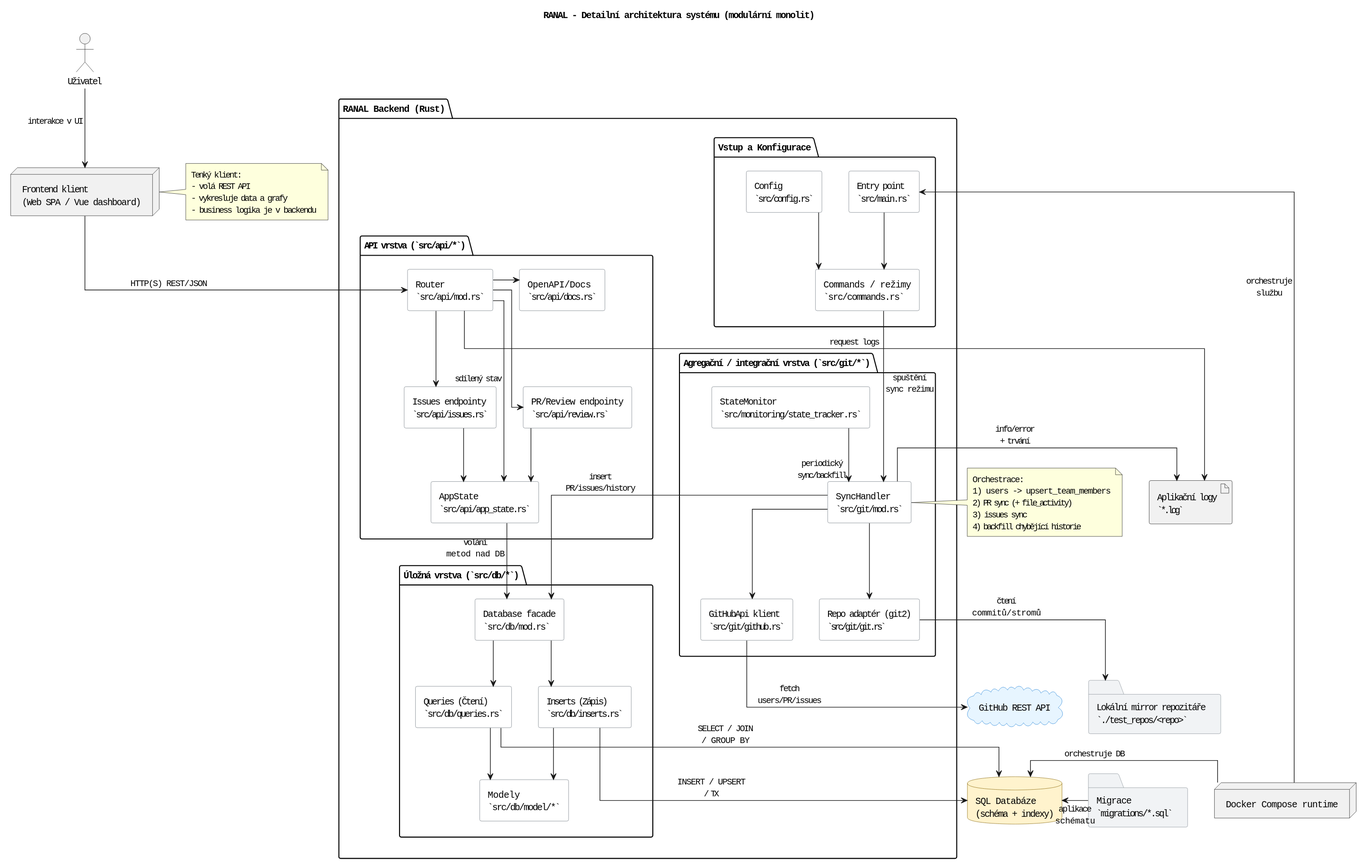
Earlier version of the PlantUML export src/figures/architecture/detailed_architecture.svg (rcMarty/crabeye-thesis).
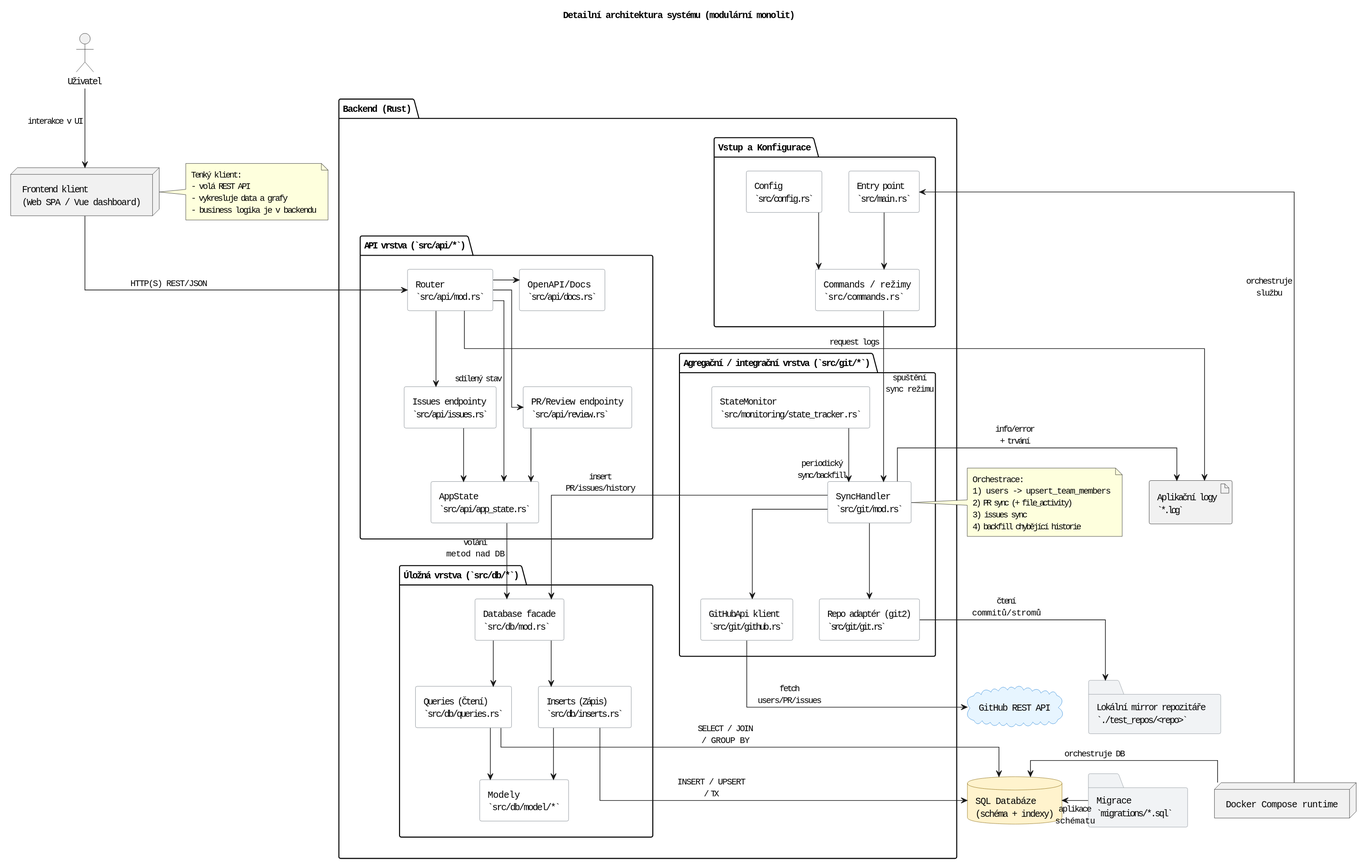
The same diagram one commit later.

Diff of the diagram source:
```diff
@@ -1,5 +1,5 @@
 @startuml
-title RANAL - Detailní architektura systému (modulární monolit)
+title Detailní architektura systému (modulární monolit)
 
 skinparam shadowing false
 skinparam componentStyle rectangle
@@ -41,7 +41,7 @@
   - business logika je v backendu
 end note
 
-package "RANAL Backend (Rust)" as backend {
+package "Backend (Rust)" as backend {
 
   package "Vstup a Konfigurace" as config_layer {
     component "Config\n`src/config.rs`" as config
```
